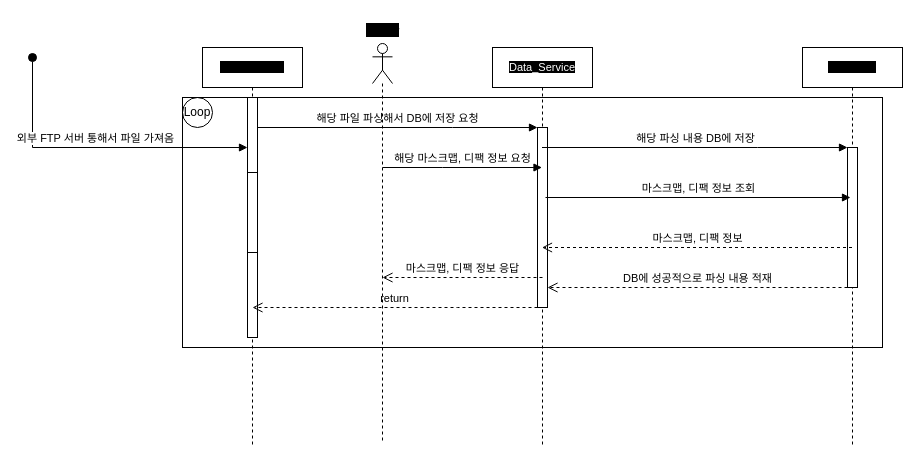
Above: Term-Project/Sequence.drawio in shindonggeun/MaskMap-Defect-Processing-Project (draw.io), before the change. Source tidied: cells renumbered, new cells numbered last; positions are measured from the earlier drawing's top-left corner, leaving out a move shared by most shapes. Both pictures are drawn from the tidied source at 100%, with x=0, y=0 at pixel (-18, 17).
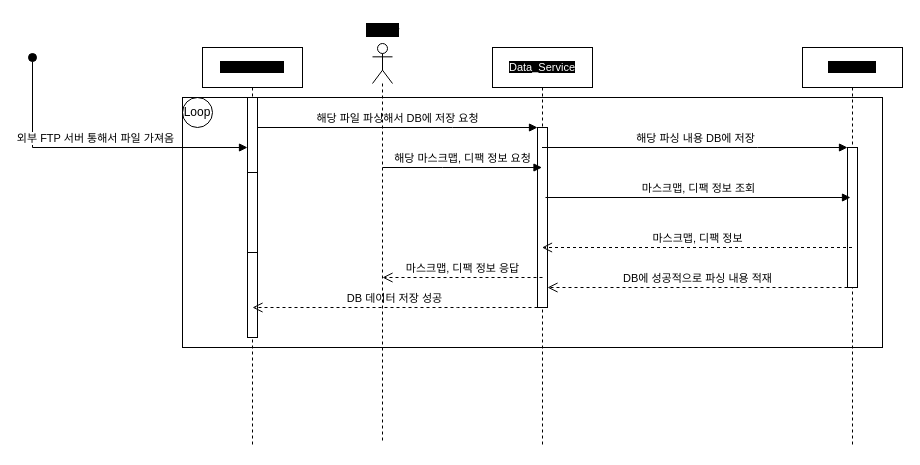
Above is the later version.

The change refers to these unchanged cells:
```xml
<mxCell id="6" style="html=1;points=[];perimeter=orthogonalPerimeter;outlineConnect=0;targetShapes=umlLifeline;portConstraint=eastwest;newEdgeStyle={&quot;edgeStyle&quot;:&quot;elbowEdgeStyle&quot;,&quot;elbow&quot;:&quot;vertical&quot;,&quot;curved&quot;:0,&quot;rounded&quot;:0};" parent="5" vertex="1">
  <mxGeometry x="45" y="80" width="10" height="180" as="geometry" />
</mxCell>
```

What changed in the source:
```diff
@@
-    <mxCell id="8" value="return" style="html=1;verticalAlign=bottom;endArrow=open;dashed=1;endSize=8;edgeStyle=elbowEdgeStyle;elbow=vertical;curved=0;rounded=0;" parent="1" edge="1" source="6">
+    <mxCell id="8" value="DB 데이터 저장 성공" style="html=1;verticalAlign=bottom;endArrow=open;dashed=1;endSize=8;edgeStyle=elbowEdgeStyle;elbow=vertical;curved=0;rounded=0;" parent="1" edge="1" source="6">
       <mxGeometry relative="1" as="geometry">
         <mxPoint x="270" y="290" as="targetPoint" />
         <Array as="points">
           <mxPoint x="475" y="290" />
         </Array>
       </mxGeometry>
     </mxCell>
```
